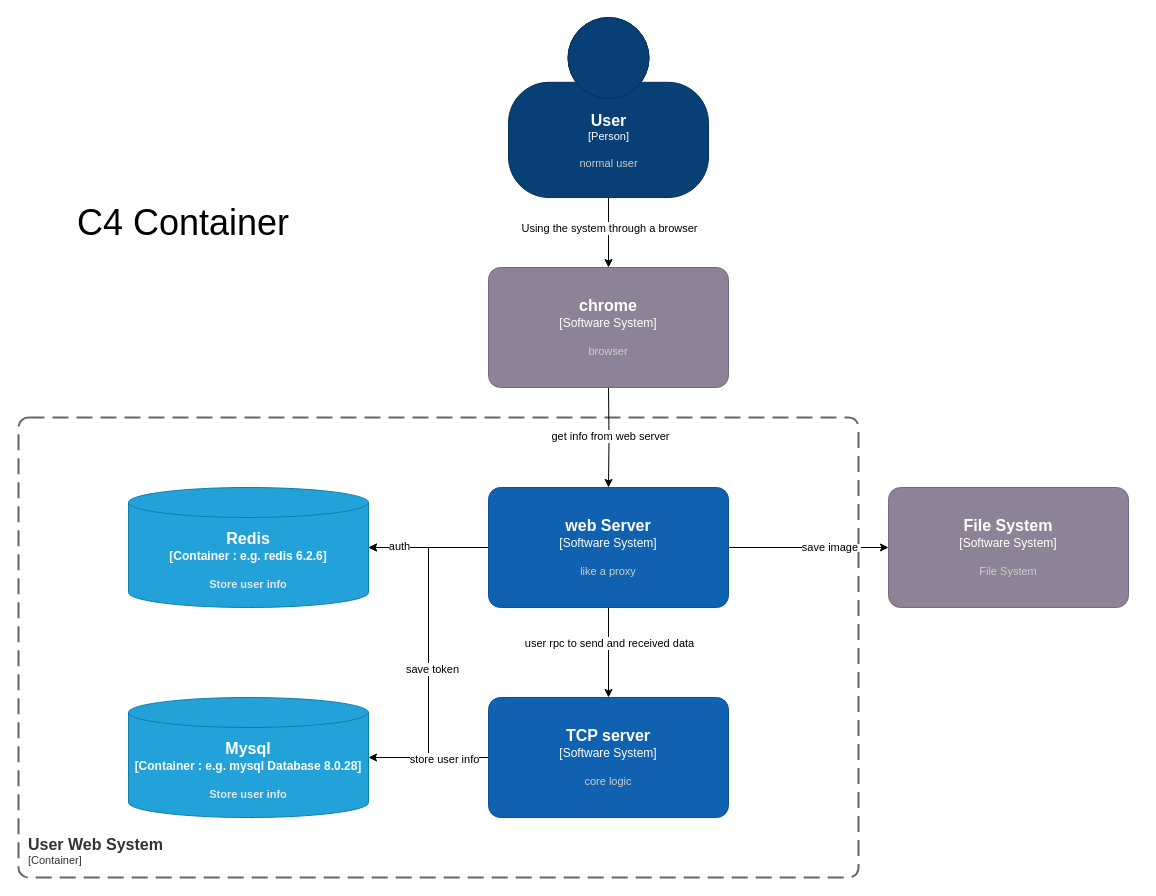
Earlier version of the draw.io diagram network/C4Container.drawio (xiaobaiTech/image). Source tidied: cells renumbered, new cells numbered last; positions are measured from the earlier drawing's top-left corner, leaving out a move shared by most shapes. Both pictures are drawn from the tidied source at 100%, with x=0, y=0 at pixel (18, 17).
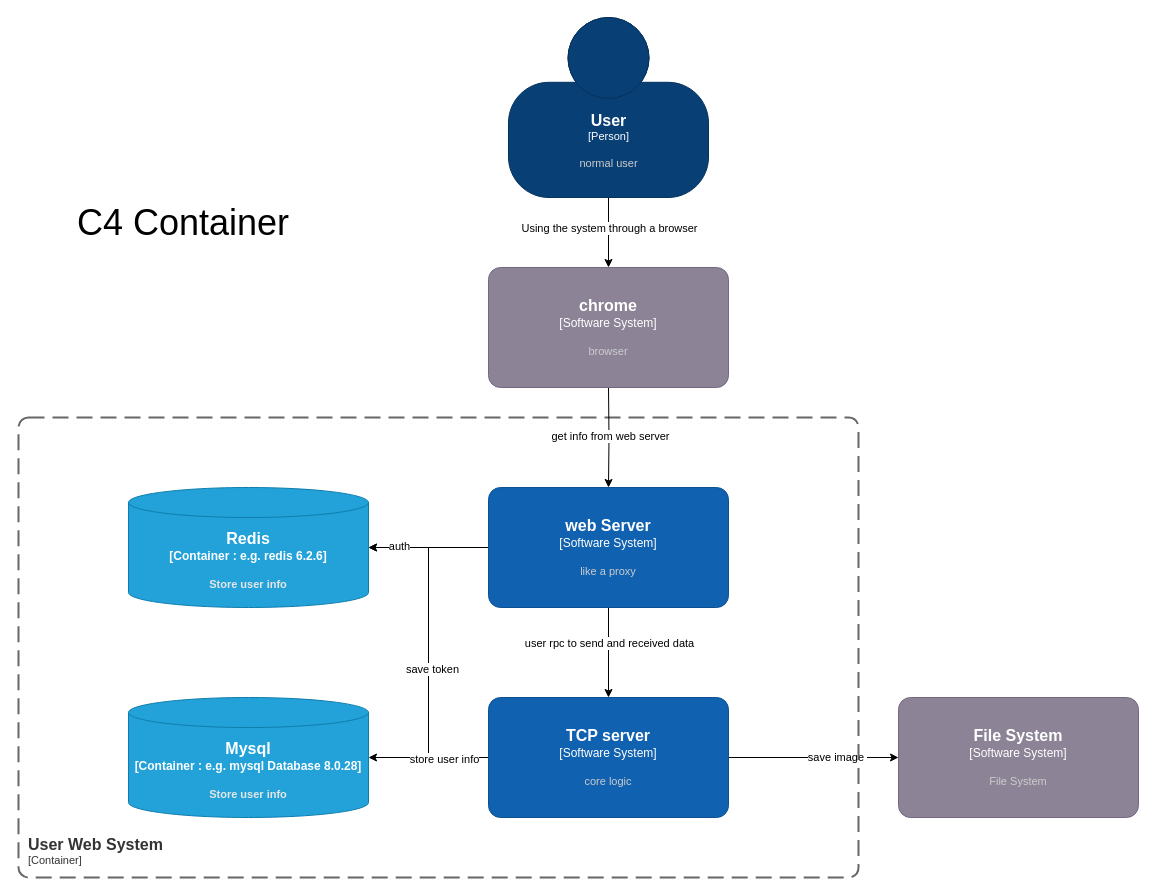
After the change.

Unchanged cells that the change refers to:
```xml
<object id="10" label="&lt;font style=&quot;font-size: 16px&quot;&gt;&lt;b&gt;%c4Name%&lt;/b&gt;&lt;/font&gt;&lt;div&gt;[%c4Type%]&lt;/div&gt;&lt;br&gt;&lt;div&gt;&lt;font style=&quot;font-size: 11px&quot;&gt;&lt;font color=&quot;#cccccc&quot;&gt;%c4Description%&lt;/font&gt;&lt;/div&gt;" c4Description="like a proxy" c4Name="web Server" c4Type="Software System" placeholders="1">
  <mxCell style="rounded=1;whiteSpace=wrap;html=1;labelBackgroundColor=none;fillColor=#1061B0;fontColor=#ffffff;align=center;arcSize=10;strokeColor=#0D5091;points=[[0.25,0,0],[0.5,0,0],[0.75,0,0],[1,0.25,0],[1,0.5,0],[1,0.75,0],[0.75,1,0],[0.5,1,0],[0.25,1,0],[0,0.75,0],[0,0.5,0],[0,0.25,0]];" parent="1" vertex="1">
    <mxGeometry x="470" y="470" width="240" height="120" as="geometry" />
  </mxCell>
</object>
<object id="19" label="&lt;font style=&quot;font-size: 16px&quot;&gt;&lt;b&gt;%c4Name%&lt;/b&gt;&lt;/font&gt;&lt;div&gt;[%c4Type%]&lt;/div&gt;&lt;br&gt;&lt;div&gt;&lt;font style=&quot;font-size: 11px&quot;&gt;&lt;font color=&quot;#cccccc&quot;&gt;%c4Description%&lt;/font&gt;&lt;/div&gt;" c4Description="core logic" c4Name="TCP server" c4Type="Software System" placeholders="1">
  <mxCell style="rounded=1;whiteSpace=wrap;html=1;labelBackgroundColor=none;fillColor=#1061B0;fontColor=#ffffff;align=center;arcSize=10;strokeColor=#0D5091;points=[[0.25,0,0],[0.5,0,0],[0.75,0,0],[1,0.25,0],[1,0.5,0],[1,0.75,0],[0.75,1,0],[0.5,1,0],[0.25,1,0],[0,0.75,0],[0,0.5,0],[0,0.25,0]];" parent="1" vertex="1">
    <mxGeometry x="470" y="680" width="240" height="120" as="geometry" />
  </mxCell>
</object>
```

Change to the diagram source:
```diff
@@
-    <mxCell id="5" style="edgeStyle=orthogonalEdgeStyle;rounded=0;jettySize=auto;html=1;exitX=1;exitY=0.5;exitDx=0;exitDy=0;exitPerimeter=0;" parent="1" edge="1" source="10" target="11">
+    <mxCell id="5" style="edgeStyle=orthogonalEdgeStyle;rounded=0;jettySize=auto;html=1;" parent="1" edge="1" source="19" target="11">
       <mxGeometry relative="1" as="geometry" />
     </mxCell>
@@
     <object id="11" label="&lt;font style=&quot;font-size: 16px&quot;&gt;&lt;b&gt;%c4Name%&lt;/b&gt;&lt;/font&gt;&lt;div&gt;[%c4Type%]&lt;/div&gt;&lt;br&gt;&lt;div&gt;&lt;font style=&quot;font-size: 11px&quot;&gt;&lt;font color=&quot;#cccccc&quot;&gt;%c4Description%&lt;/font&gt;&lt;/div&gt;" c4Description="File System" c4Name="File System" c4Type="Software System" placeholders="1">
       <mxCell style="rounded=1;whiteSpace=wrap;html=1;labelBackgroundColor=none;fillColor=#8C8496;fontColor=#ffffff;align=center;arcSize=10;strokeColor=#736782;points=[[0.25,0,0],[0.5,0,0],[0.75,0,0],[1,0.25,0],[1,0.5,0],[1,0.75,0],[0.75,1,0],[0.5,1,0],[0.25,1,0],[0,0.75,0],[0,0.5,0],[0,0.25,0]];" parent="1" vertex="1">
-        <mxGeometry x="870" y="470" width="240" height="120" as="geometry" />
+        <mxGeometry x="880" y="680" width="240" height="120" as="geometry" />
       </mxCell>
     </object>
```
